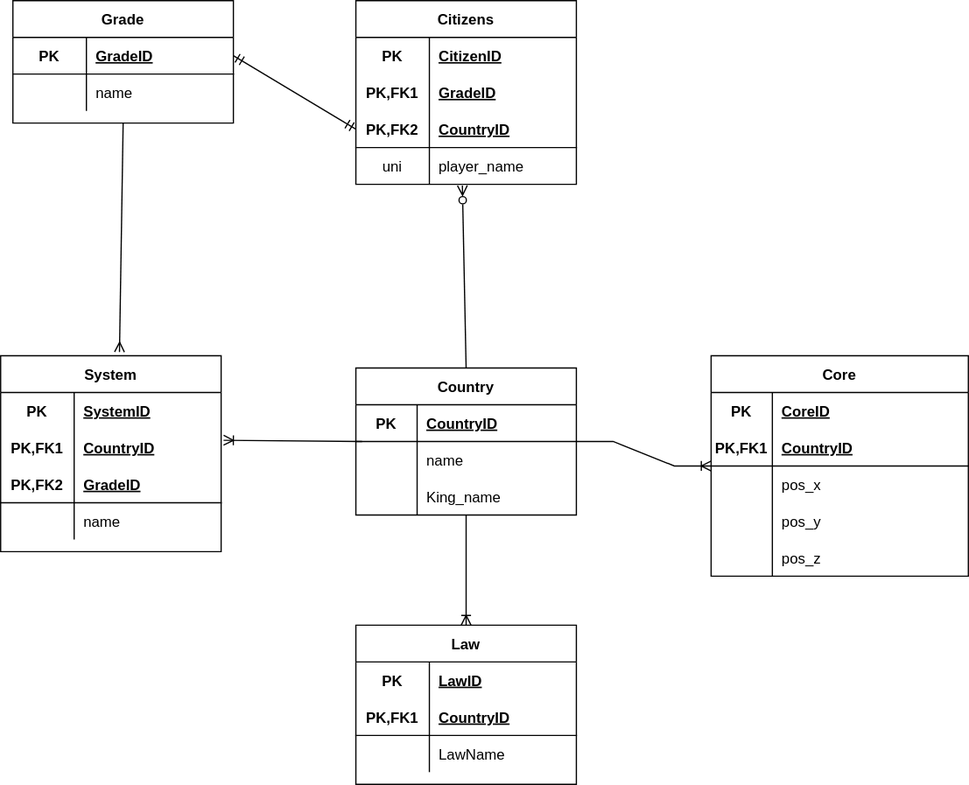
Earlier version of the draw.io export plan/DataBase_ER.drawio.svg (Koryu25/LifeWorld). Source tidied: cells renumbered, new cells last; positions are measured from the earlier drawing's top-left corner, leaving out a move shared by most shapes.
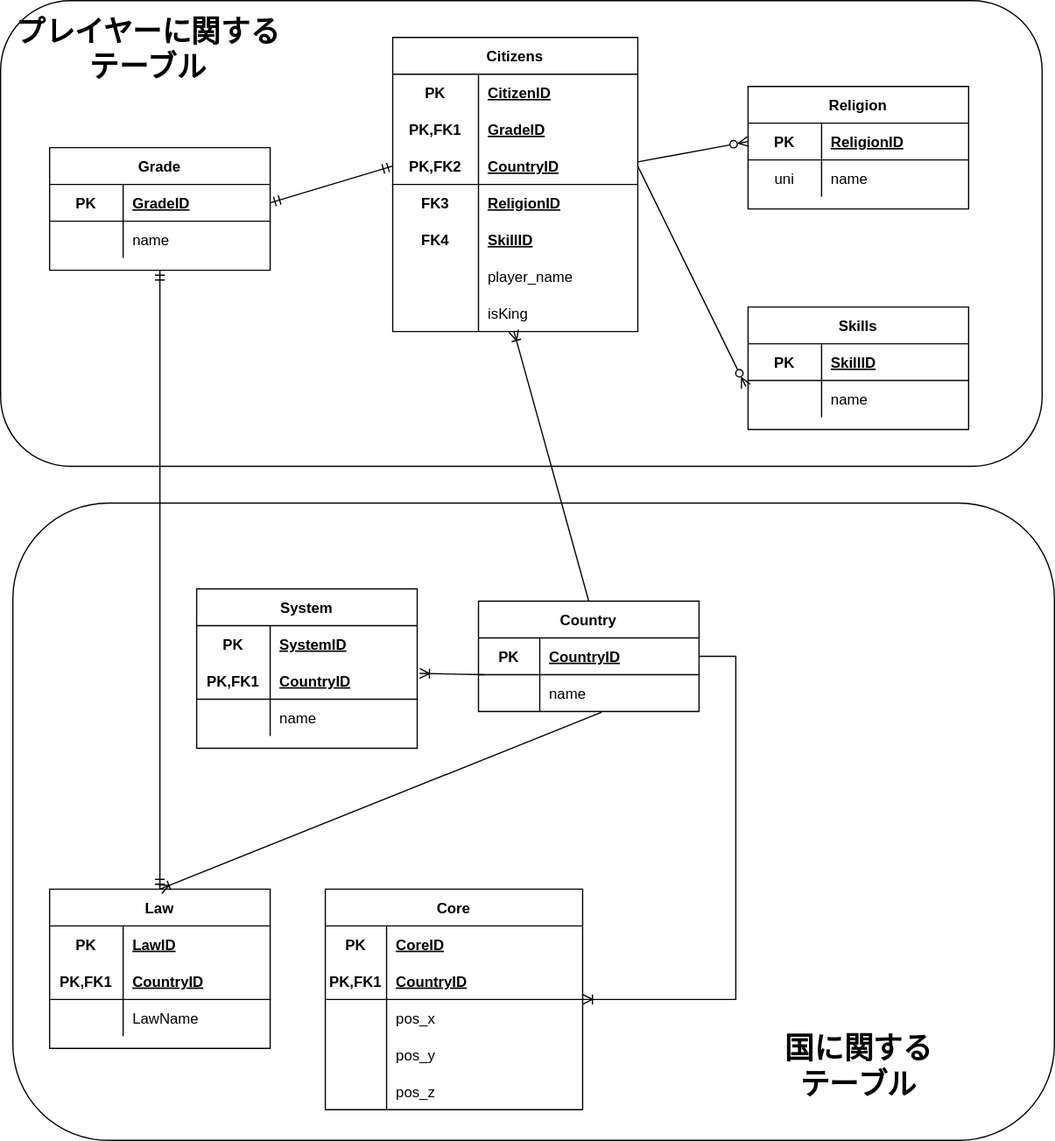
The same diagram one commit later.

Commit message:
追加された DataBase_ER.drawio.svg

What changed in the source:
```diff
@@ -2,8 +2,14 @@
   <root>
     <mxCell id="0" />
     <mxCell id="1" parent="0" />
+    <mxCell id="77" style="rounded=1;whiteSpace=wrap;html=1;strokeColor=default;" parent="1" vertex="1">
+      <mxGeometry x="-20" y="380" width="850" height="520" as="geometry" />
+    </mxCell>
+    <mxCell id="78" style="rounded=1;whiteSpace=wrap;html=1;strokeColor=default;" parent="1" vertex="1">
+      <mxGeometry x="-30" y="-30" width="850" height="380" as="geometry" />
+    </mxCell>
     <mxCell id="2" value="Country" style="shape=table;startSize=30;rowLines=0;fontStyle=1;align=center;" parent="1" vertex="1">
-      <mxGeometry x="290" y="300" width="180" height="120" as="geometry" />
+      <mxGeometry x="360" y="460" width="180" height="90" as="geometry" />
     </mxCell>
     <mxCell id="3" style="shape=tableRow;horizontal=0;startSize=0;swimlaneHead=0;swimlaneBody=0;fillColor=none;top=0;left=0;right=0;bottom=1;strokeColor=default;" parent="2" vertex="1">
       <mxGeometry y="30" width="180" height="30" as="geometry" />
@@ -23,17 +29,8 @@
     <mxCell id="8" value="name" style="shape=partialRectangle;fillColor=none;top=0;left=0;bottom=0;right=0;align=left;spacingLeft=6;overflow=hidden;" parent="6" vertex="1">
       <mxGeometry x="50" width="130" height="30" as="geometry" />
     </mxCell>
-    <mxCell id="9" style="shape=tableRow;horizontal=0;startSize=0;swimlaneHead=0;swimlaneBody=0;fillColor=none;points=[[0,0.5],[1,0.5]];portConstraint=eastwest;top=0;left=0;right=0;bottom=0;strokeColor=default;" parent="2" vertex="1">
-      <mxGeometry y="90" width="180" height="30" as="geometry" />
-    </mxCell>
-    <mxCell id="10" style="shape=partialRectangle;fillColor=none;top=0;left=0;bottom=0;right=0;overflow=hidden;strokeColor=default;" parent="9" vertex="1">
-      <mxGeometry width="50" height="30" as="geometry" />
-    </mxCell>
-    <mxCell id="11" value="King_name" style="shape=partialRectangle;fillColor=none;top=0;left=0;bottom=0;right=0;align=left;spacingLeft=6;overflow=hidden;strokeColor=default;" parent="9" vertex="1">
-      <mxGeometry x="50" width="130" height="30" as="geometry" />
-    </mxCell>
     <mxCell id="12" value="Core" style="shape=table;startSize=30;rowLines=0;fontStyle=1;align=center;" parent="1" vertex="1">
-      <mxGeometry x="580" y="290" width="210" height="180" as="geometry" />
+      <mxGeometry x="235" y="695" width="210" height="180" as="geometry" />
     </mxCell>
     <mxCell id="13" style="shape=tableRow;horizontal=0;startSize=0;swimlaneHead=0;swimlaneBody=0;fillColor=none;top=0;left=0;right=0;bottom=1;strokeColor=none;" parent="12" vertex="1">
       <mxGeometry y="30" width="210" height="30" as="geometry" />
@@ -84,49 +81,76 @@
       <mxGeometry relative="1" as="geometry" />
     </mxCell>
     <mxCell id="29" value="Citizens" style="shape=table;startSize=30;rowLines=0;fontStyle=1;align=center;strokeColor=default;" parent="1" vertex="1">
-      <mxGeometry x="290" width="180" height="150" as="geometry" />
+      <mxGeometry x="290" width="200" height="240" as="geometry" />
     </mxCell>
     <mxCell id="30" style="shape=tableRow;horizontal=0;startSize=0;swimlaneHead=0;swimlaneBody=0;fillColor=none;top=0;left=0;right=0;bottom=0;strokeColor=default;" parent="29" vertex="1">
-      <mxGeometry y="30" width="180" height="30" as="geometry" />
+      <mxGeometry y="30" width="200" height="30" as="geometry" />
     </mxCell>
     <mxCell id="31" value="PK" style="shape=partialRectangle;fillColor=none;top=0;left=0;bottom=0;right=0;fontStyle=1;overflow=hidden;strokeColor=default;" parent="30" vertex="1">
-      <mxGeometry width="60" height="30" as="geometry" />
+      <mxGeometry width="70" height="30" as="geometry" />
     </mxCell>
     <mxCell id="32" value="CitizenID" style="shape=partialRectangle;fillColor=none;top=0;left=0;bottom=0;right=0;align=left;spacingLeft=6;fontStyle=5;overflow=hidden;strokeColor=default;" parent="30" vertex="1">
-      <mxGeometry x="60" width="120" height="30" as="geometry" />
+      <mxGeometry x="70" width="130" height="30" as="geometry" />
     </mxCell>
     <mxCell id="33" style="shape=tableRow;horizontal=0;startSize=0;swimlaneHead=0;swimlaneBody=0;fillColor=none;top=0;left=0;right=0;bottom=1;strokeColor=none;" parent="29" vertex="1">
-      <mxGeometry y="60" width="180" height="30" as="geometry" />
+      <mxGeometry y="60" width="200" height="30" as="geometry" />
     </mxCell>
     <mxCell id="34" value="PK,FK1" style="shape=partialRectangle;fillColor=none;top=0;left=0;bottom=0;right=0;fontStyle=1;overflow=hidden;strokeColor=default;" parent="33" vertex="1">
-      <mxGeometry width="60" height="30" as="geometry" />
+      <mxGeometry width="70" height="30" as="geometry" />
     </mxCell>
     <mxCell id="35" value="GradeID" style="shape=partialRectangle;fillColor=none;top=0;left=0;bottom=0;right=0;align=left;spacingLeft=6;fontStyle=5;overflow=hidden;strokeColor=default;" parent="33" vertex="1">
-      <mxGeometry x="60" width="120" height="30" as="geometry" />
+      <mxGeometry x="70" width="130" height="30" as="geometry" />
     </mxCell>
     <mxCell id="36" style="shape=tableRow;horizontal=0;startSize=0;swimlaneHead=0;swimlaneBody=0;fillColor=none;points=[[0,0.5],[1,0.5]];portConstraint=eastwest;top=0;left=0;right=0;bottom=1;strokeColor=default;" parent="29" vertex="1">
-      <mxGeometry y="90" width="180" height="30" as="geometry" />
+      <mxGeometry y="90" width="200" height="30" as="geometry" />
     </mxCell>
     <mxCell id="37" value="PK,FK2" style="shape=partialRectangle;fillColor=none;top=0;left=0;bottom=0;right=0;fontStyle=1;overflow=hidden;strokeColor=default;" parent="36" vertex="1">
-      <mxGeometry width="60" height="30" as="geometry" />
+      <mxGeometry width="70" height="30" as="geometry" />
     </mxCell>
     <mxCell id="38" value="CountryID" style="shape=partialRectangle;fillColor=none;top=0;left=0;bottom=0;right=0;align=left;spacingLeft=6;fontStyle=5;overflow=hidden;strokeColor=default;" parent="36" vertex="1">
-      <mxGeometry x="60" width="120" height="30" as="geometry" />
+      <mxGeometry x="70" width="130" height="30" as="geometry" />
     </mxCell>
+    <mxCell id="79" style="shape=tableRow;horizontal=0;startSize=0;swimlaneHead=0;swimlaneBody=0;fillColor=none;top=0;left=0;right=0;bottom=1;strokeColor=none;" parent="29" vertex="1">
+      <mxGeometry y="120" width="200" height="30" as="geometry" />
+    </mxCell>
+    <mxCell id="80" value="FK3" style="shape=partialRectangle;fillColor=none;top=0;left=0;bottom=0;right=0;fontStyle=1;overflow=hidden;" parent="79" vertex="1">
+      <mxGeometry width="70" height="30" as="geometry" />
+    </mxCell>
+    <mxCell id="81" value="ReligionID" style="shape=partialRectangle;fillColor=none;top=0;left=0;bottom=0;right=0;align=left;spacingLeft=6;fontStyle=5;overflow=hidden;" parent="79" vertex="1">
+      <mxGeometry x="70" width="130" height="30" as="geometry" />
+    </mxCell>
+    <mxCell id="82" style="shape=tableRow;horizontal=0;startSize=0;swimlaneHead=0;swimlaneBody=0;fillColor=none;top=0;left=0;right=0;bottom=0;strokeColor=default;" parent="29" vertex="1">
+      <mxGeometry y="150" width="200" height="30" as="geometry" />
+    </mxCell>
+    <mxCell id="83" value="FK4" style="shape=partialRectangle;fillColor=none;top=0;left=0;bottom=0;right=0;fontStyle=1;overflow=hidden;strokeColor=default;" parent="82" vertex="1">
+      <mxGeometry width="70" height="30" as="geometry" />
+    </mxCell>
+    <mxCell id="84" value="SkillID" style="shape=partialRectangle;fillColor=none;top=0;left=0;bottom=0;right=0;align=left;spacingLeft=6;fontStyle=5;overflow=hidden;strokeColor=default;" parent="82" vertex="1">
+      <mxGeometry x="70" width="130" height="30" as="geometry" />
+    </mxCell>
     <mxCell id="39" style="shape=tableRow;horizontal=0;startSize=0;swimlaneHead=0;swimlaneBody=0;fillColor=none;points=[[0,0.5],[1,0.5]];portConstraint=eastwest;top=0;left=0;right=0;bottom=0;strokeColor=default;" parent="29" vertex="1">
-      <mxGeometry y="120" width="180" height="30" as="geometry" />
+      <mxGeometry y="180" width="200" height="30" as="geometry" />
     </mxCell>
-    <mxCell id="40" value="uni" style="shape=partialRectangle;fillColor=none;top=0;left=0;bottom=0;right=0;overflow=hidden;strokeColor=default;" parent="39" vertex="1">
-      <mxGeometry width="60" height="30" as="geometry" />
+    <mxCell id="40" style="shape=partialRectangle;fillColor=none;top=0;left=0;bottom=0;right=0;overflow=hidden;strokeColor=default;" parent="39" vertex="1">
+      <mxGeometry width="70" height="30" as="geometry" />
     </mxCell>
     <mxCell id="41" value="player_name" style="shape=partialRectangle;fillColor=none;top=0;left=0;bottom=0;right=0;align=left;spacingLeft=6;overflow=hidden;strokeColor=default;" parent="39" vertex="1">
-      <mxGeometry x="60" width="120" height="30" as="geometry" />
+      <mxGeometry x="70" width="130" height="30" as="geometry" />
     </mxCell>
+    <mxCell id="85" style="shape=tableRow;horizontal=0;startSize=0;swimlaneHead=0;swimlaneBody=0;fillColor=none;points=[[0,0.5],[1,0.5]];portConstraint=eastwest;top=0;left=0;right=0;bottom=0;strokeColor=default;" parent="29" vertex="1">
+      <mxGeometry y="210" width="200" height="30" as="geometry" />
+    </mxCell>
+    <mxCell id="86" style="shape=partialRectangle;fillColor=none;top=0;left=0;bottom=0;right=0;overflow=hidden;strokeColor=default;" parent="85" vertex="1">
+      <mxGeometry width="70" height="30" as="geometry" />
+    </mxCell>
+    <mxCell id="87" value="isKing" style="shape=partialRectangle;fillColor=none;top=0;left=0;bottom=0;right=0;align=left;spacingLeft=6;overflow=hidden;strokeColor=default;" parent="85" vertex="1">
+      <mxGeometry x="70" width="130" height="30" as="geometry" />
+    </mxCell>
-    <mxCell id="42" style="endArrow=none;html=1;rounded=0;entryX=0.5;entryY=0;entryDx=0;entryDy=0;endFill=0;startArrow=ERzeroToMany;startFill=0;exitX=0.483;exitY=1.033;exitDx=0;exitDy=0;exitPerimeter=0;" parent="1" edge="1" source="39" target="2">
+    <mxCell id="42" style="endArrow=none;html=1;rounded=0;entryX=0.5;entryY=0;entryDx=0;entryDy=0;endFill=0;startArrow=ERoneToMany;startFill=0;exitX=0.494;exitY=0.984;exitDx=0;exitDy=0;exitPerimeter=0;" parent="1" edge="1" source="85" target="2">
       <mxGeometry relative="1" as="geometry" />
     </mxCell>
     <mxCell id="43" value="Law" style="shape=table;startSize=30;rowLines=0;fontStyle=1;align=center;strokeColor=default;" parent="1" vertex="1">
-      <mxGeometry x="290" y="510" width="180" height="130" as="geometry" />
+      <mxGeometry x="10" y="695" width="180" height="130" as="geometry" />
     </mxCell>
     <mxCell id="44" style="shape=tableRow;horizontal=0;startSize=0;swimlaneHead=0;swimlaneBody=0;fillColor=none;top=0;left=0;right=0;bottom=0;strokeColor=default;" parent="43" vertex="1">
       <mxGeometry y="30" width="180" height="30" as="geometry" />
@@ -155,11 +179,11 @@
     <mxCell id="52" value="LawName" style="shape=partialRectangle;fillColor=none;top=0;left=0;bottom=0;right=0;align=left;spacingLeft=6;overflow=hidden;strokeColor=default;" parent="50" vertex="1">
       <mxGeometry x="60" width="120" height="30" as="geometry" />
     </mxCell>
-    <mxCell id="53" style="endArrow=ERoneToMany;html=1;rounded=0;entryX=0.5;entryY=0;entryDx=0;entryDy=0;endFill=0;" parent="1" edge="1" source="9" target="43">
+    <mxCell id="53" style="endArrow=ERoneToMany;html=1;rounded=0;entryX=0.5;entryY=0;entryDx=0;entryDy=0;endFill=0;exitX=0.558;exitY=1.024;exitDx=0;exitDy=0;exitPerimeter=0;" parent="1" edge="1" source="6" target="43">
       <mxGeometry relative="1" as="geometry" />
     </mxCell>
     <mxCell id="54" value="System" style="shape=table;startSize=30;rowLines=0;fontStyle=1;align=center;strokeColor=default;" parent="1" vertex="1">
-      <mxGeometry y="290" width="180" height="160" as="geometry" />
+      <mxGeometry x="130" y="450" width="180" height="130" as="geometry" />
     </mxCell>
     <mxCell id="55" style="shape=tableRow;horizontal=0;startSize=0;swimlaneHead=0;swimlaneBody=0;fillColor=none;top=0;left=0;right=0;bottom=0;strokeColor=default;" parent="54" vertex="1">
       <mxGeometry y="30" width="180" height="30" as="geometry" />
@@ -170,7 +194,7 @@
     <mxCell id="57" value="SystemID" style="shape=partialRectangle;fillColor=none;top=0;left=0;bottom=0;right=0;align=left;spacingLeft=6;fontStyle=5;overflow=hidden;strokeColor=default;" parent="55" vertex="1">
       <mxGeometry x="60" width="120" height="30" as="geometry" />
     </mxCell>
-    <mxCell id="58" style="shape=tableRow;horizontal=0;startSize=0;swimlaneHead=0;swimlaneBody=0;fillColor=none;points=[[0,0.5],[1,0.5]];portConstraint=eastwest;top=0;left=0;right=0;bottom=1;strokeColor=none;" parent="54" vertex="1">
+    <mxCell id="58" style="shape=tableRow;horizontal=0;startSize=0;swimlaneHead=0;swimlaneBody=0;fillColor=none;points=[[0,0.5],[1,0.5]];portConstraint=eastwest;top=0;left=0;right=0;bottom=1;strokeColor=default;" parent="54" vertex="1">
       <mxGeometry y="60" width="180" height="30" as="geometry" />
     </mxCell>
     <mxCell id="59" value="PK,FK1" style="shape=partialRectangle;fillColor=none;top=0;left=0;bottom=0;right=0;fontStyle=1;overflow=hidden;strokeColor=default;" parent="58" vertex="1">
@@ -179,17 +203,8 @@
     <mxCell id="60" value="CountryID" style="shape=partialRectangle;fillColor=none;top=0;left=0;bottom=0;right=0;align=left;spacingLeft=6;fontStyle=5;overflow=hidden;strokeColor=default;" parent="58" vertex="1">
       <mxGeometry x="60" width="120" height="30" as="geometry" />
     </mxCell>
-    <mxCell id="61" style="shape=tableRow;horizontal=0;startSize=0;swimlaneHead=0;swimlaneBody=0;fillColor=none;top=0;left=0;right=0;bottom=1;strokeColor=default;" parent="54" vertex="1">
-      <mxGeometry y="90" width="180" height="30" as="geometry" />
-    </mxCell>
-    <mxCell id="62" value="PK,FK2" style="shape=partialRectangle;fillColor=none;top=0;left=0;bottom=0;right=0;fontStyle=1;overflow=hidden;strokeColor=default;" parent="61" vertex="1">
-      <mxGeometry width="60" height="30" as="geometry" />
-    </mxCell>
-    <mxCell id="63" value="GradeID" style="shape=partialRectangle;fillColor=none;top=0;left=0;bottom=0;right=0;align=left;spacingLeft=6;fontStyle=5;overflow=hidden;strokeColor=default;" parent="61" vertex="1">
-      <mxGeometry x="60" width="120" height="30" as="geometry" />
-    </mxCell>
     <mxCell id="64" style="shape=tableRow;horizontal=0;startSize=0;swimlaneHead=0;swimlaneBody=0;fillColor=none;top=0;left=0;right=0;bottom=0;strokeColor=default;" parent="54" vertex="1">
-      <mxGeometry y="120" width="180" height="30" as="geometry" />
+      <mxGeometry y="90" width="180" height="30" as="geometry" />
     </mxCell>
     <mxCell id="65" style="shape=partialRectangle;fillColor=none;top=0;left=0;bottom=0;right=0;overflow=hidden;strokeColor=default;" parent="64" vertex="1">
       <mxGeometry width="60" height="30" as="geometry" />
@@ -201,7 +216,7 @@
       <mxGeometry relative="1" as="geometry" />
     </mxCell>
     <mxCell id="68" value="Grade" style="shape=table;startSize=30;rowLines=0;fontStyle=1;align=center;strokeColor=default;" parent="1" vertex="1">
-      <mxGeometry x="10" width="180" height="100" as="geometry" />
+      <mxGeometry x="10" y="90" width="180" height="100" as="geometry" />
     </mxCell>
     <mxCell id="69" style="shape=tableRow;horizontal=0;startSize=0;swimlaneHead=0;swimlaneBody=0;fillColor=none;points=[[0,0.5],[1,0.5]];portConstraint=eastwest;top=0;left=0;right=0;bottom=1;strokeColor=default;" parent="68" vertex="1">
       <mxGeometry y="30" width="180" height="30" as="geometry" />
@@ -221,11 +236,65 @@
     <mxCell id="74" value="name" style="shape=partialRectangle;fillColor=none;top=0;left=0;bottom=0;right=0;align=left;spacingLeft=6;overflow=hidden;strokeColor=default;" parent="72" vertex="1">
       <mxGeometry x="60" width="120" height="30" as="geometry" />
     </mxCell>
-    <mxCell id="75" style="endArrow=ERmany;html=1;rounded=0;exitX=0.5;exitY=1;exitDx=0;exitDy=0;entryX=0.539;entryY=-0.019;entryDx=0;entryDy=0;entryPerimeter=0;startArrow=none;startFill=0;endFill=0;" parent="1" edge="1" source="68" target="54">
-      <mxGeometry relative="1" as="geometry" />
-    </mxCell>
     <mxCell id="76" style="endArrow=ERmandOne;html=1;rounded=0;exitX=1;exitY=0.5;exitDx=0;exitDy=0;entryX=0;entryY=0.5;entryDx=0;entryDy=0;endFill=0;startArrow=ERmandOne;startFill=0;" parent="1" edge="1" source="69" target="36">
       <mxGeometry relative="1" as="geometry" />
     </mxCell>
+    <mxCell id="88" value="Religion" style="shape=table;startSize=30;rowLines=0;fontStyle=1;align=center;" parent="1" vertex="1">
+      <mxGeometry x="580" y="40" width="180" height="100" as="geometry" />
+    </mxCell>
+    <mxCell id="89" style="shape=tableRow;horizontal=0;startSize=0;swimlaneHead=0;swimlaneBody=0;fillColor=none;points=[[0,0.5],[1,0.5]];portConstraint=eastwest;top=0;left=0;right=0;bottom=1;" parent="88" vertex="1">
+      <mxGeometry y="30" width="180" height="30" as="geometry" />
+    </mxCell>
+    <mxCell id="90" value="PK" style="shape=partialRectangle;fillColor=none;top=0;left=0;bottom=0;right=0;fontStyle=1;overflow=hidden;" parent="89" vertex="1">
+      <mxGeometry width="60" height="30" as="geometry" />
+    </mxCell>
+    <mxCell id="91" value="ReligionID" style="shape=partialRectangle;fillColor=none;top=0;left=0;bottom=0;right=0;align=left;spacingLeft=6;fontStyle=5;overflow=hidden;" parent="89" vertex="1">
+      <mxGeometry x="60" width="120" height="30" as="geometry" />
+    </mxCell>
+    <mxCell id="92" style="shape=tableRow;horizontal=0;startSize=0;swimlaneHead=0;swimlaneBody=0;fillColor=none;top=0;left=0;right=0;bottom=0;" parent="88" vertex="1">
+      <mxGeometry y="60" width="180" height="30" as="geometry" />
+    </mxCell>
+    <mxCell id="93" value="uni" style="shape=partialRectangle;fillColor=none;top=0;left=0;bottom=0;right=0;overflow=hidden;" parent="92" vertex="1">
+      <mxGeometry width="60" height="30" as="geometry" />
+    </mxCell>
+    <mxCell id="94" value="name" style="shape=partialRectangle;fillColor=none;top=0;left=0;bottom=0;right=0;align=left;spacingLeft=6;overflow=hidden;" parent="92" vertex="1">
+      <mxGeometry x="60" width="120" height="30" as="geometry" />
+    </mxCell>
+    <mxCell id="95" style="endArrow=ERzeroToMany;html=1;rounded=0;entryX=0;entryY=0.5;entryDx=0;entryDy=0;endFill=0;" parent="1" edge="1" source="29" target="89">
+      <mxGeometry relative="1" as="geometry" />
+    </mxCell>
+    <mxCell id="96" style="endArrow=ERmandOne;html=1;rounded=0;exitX=0.5;exitY=1;exitDx=0;exitDy=0;entryX=0.5;entryY=0;entryDx=0;entryDy=0;endFill=0;startArrow=ERmandOne;startFill=0;" parent="1" edge="1" source="68" target="43">
+      <mxGeometry relative="1" as="geometry" />
+    </mxCell>
+    <mxCell id="97" value="Skills" style="shape=table;startSize=30;rowLines=0;fontStyle=1;align=center;strokeColor=default;" parent="1" vertex="1">
+      <mxGeometry x="580" y="220" width="180" height="100" as="geometry" />
+    </mxCell>
+    <mxCell id="98" style="shape=tableRow;horizontal=0;startSize=0;swimlaneHead=0;swimlaneBody=0;fillColor=none;top=0;left=0;right=0;bottom=1;strokeColor=default;" parent="97" vertex="1">
+      <mxGeometry y="30" width="180" height="30" as="geometry" />
+    </mxCell>
+    <mxCell id="99" value="PK" style="shape=partialRectangle;fillColor=none;top=0;left=0;bottom=0;right=0;fontStyle=1;overflow=hidden;strokeColor=default;" parent="98" vertex="1">
+      <mxGeometry width="60" height="30" as="geometry" />
+    </mxCell>
+    <mxCell id="100" value="SkillID" style="shape=partialRectangle;fillColor=none;top=0;left=0;bottom=0;right=0;align=left;spacingLeft=6;fontStyle=5;overflow=hidden;strokeColor=default;" parent="98" vertex="1">
+      <mxGeometry x="60" width="120" height="30" as="geometry" />
+    </mxCell>
+    <mxCell id="101" style="shape=tableRow;horizontal=0;startSize=0;swimlaneHead=0;swimlaneBody=0;fillColor=none;points=[[0,0.5],[1,0.5]];portConstraint=eastwest;top=0;left=0;right=0;bottom=0;strokeColor=default;" parent="97" vertex="1">
+      <mxGeometry y="60" width="180" height="30" as="geometry" />
+    </mxCell>
+    <mxCell id="102" style="shape=partialRectangle;fillColor=none;top=0;left=0;bottom=0;right=0;overflow=hidden;strokeColor=default;" parent="101" vertex="1">
+      <mxGeometry width="60" height="30" as="geometry" />
+    </mxCell>
+    <mxCell id="103" value="name" style="shape=partialRectangle;fillColor=none;top=0;left=0;bottom=0;right=0;align=left;spacingLeft=6;overflow=hidden;strokeColor=default;" parent="101" vertex="1">
+      <mxGeometry x="60" width="120" height="30" as="geometry" />
+    </mxCell>
+    <mxCell id="104" style="endArrow=ERzeroToMany;html=1;rounded=0;entryX=-0.01;entryY=0.161;entryDx=0;entryDy=0;endFill=0;exitX=1;exitY=0.5;exitDx=0;exitDy=0;entryPerimeter=0;" parent="1" edge="1" source="36" target="101">
+      <mxGeometry relative="1" as="geometry" />
+    </mxCell>
+    <mxCell id="105" value="プレイヤーに関する&lt;br&gt;テーブル" style="text;strokeColor=none;fillColor=none;html=1;fontSize=24;fontStyle=1;verticalAlign=middle;align=center;" parent="1" vertex="1">
+      <mxGeometry x="40" y="-10" width="100" height="40" as="geometry" />
+    </mxCell>
+    <mxCell id="106" value="国に関する&lt;br&gt;テーブル" style="text;strokeColor=none;fillColor=none;html=1;fontSize=24;fontStyle=1;verticalAlign=middle;align=center;" parent="1" vertex="1">
+      <mxGeometry x="620" y="820" width="100" height="40" as="geometry" />
+    </mxCell>
   </root>
 </mxGraphModel>
```
